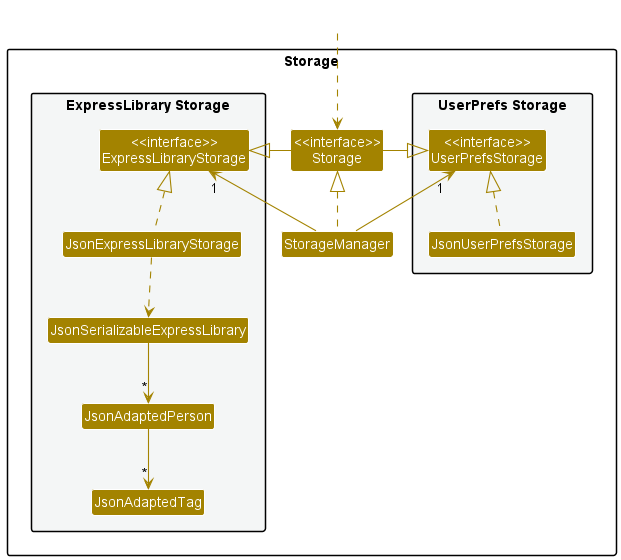
The PlantUML diagram docs/images/StorageClassDiagram.png in nus-cs2103-AY2223S2/tp, before a commit.
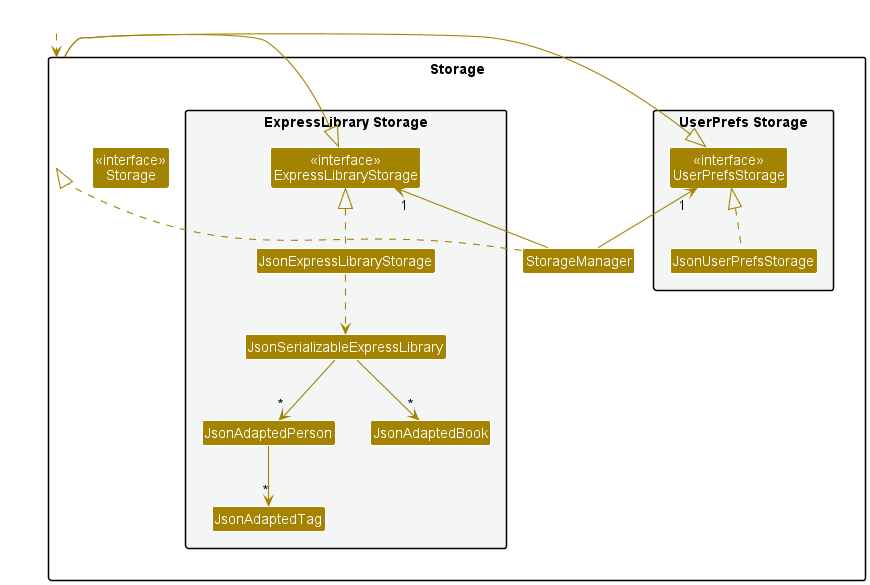
Later version of the same file.

Diff of the diagram source:
```diff
@@ -20,6 +20,7 @@
 Class JsonSerializableExpressLibrary
 Class JsonAdaptedPerson
 Class JsonAdaptedTag
+Class JsonAdaptedBook
 }
 
 }
@@ -39,5 +40,6 @@
 JsonExpressLibraryStorage ..> JsonSerializableExpressLibrary
 JsonSerializableExpressLibrary --> "*" JsonAdaptedPerson
 JsonAdaptedPerson --> "*" JsonAdaptedTag
+JsonSerializableExpressLibrary --> "*" JsonAdaptedBook
 
 @enduml
```
